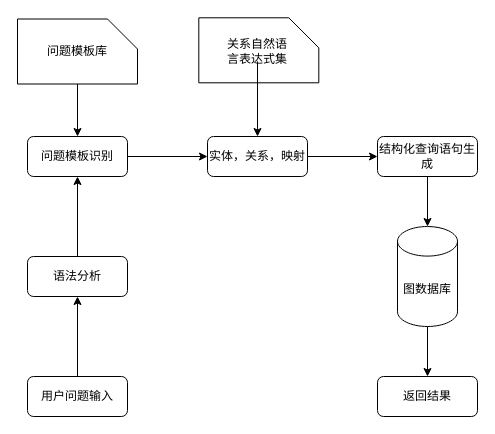
Above: page "Page-3" (3 of 4) of 毕设.drawio in xiqisz/KGQA_HLM (draw.io), before the change. Source tidied: cells renumbered, new cells numbered last; positions are measured from the earlier drawing's top-left corner, leaving out a move shared by most shapes. Both pictures are drawn from the tidied source at 100%, with x=0, y=0 at pixel (27, -10).
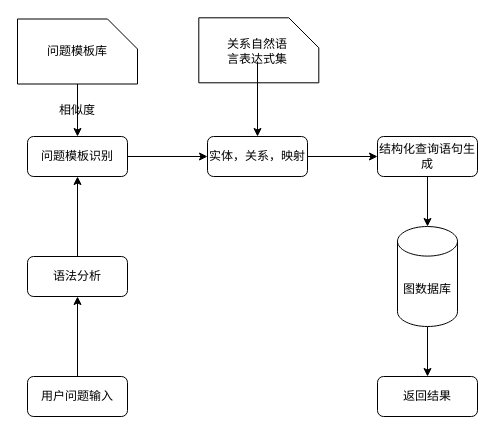
After the change.

The edit, as a diff of the source:
```diff
@@
+    <mxCell id="21" value="相似度" style="text;html=1;strokeColor=none;fillColor=none;align=center;verticalAlign=middle;whiteSpace=wrap;rounded=0;sketch=0;" parent="1" vertex="1">
+      <mxGeometry x="30" y="110" width="40" height="20" as="geometry" />
+    </mxCell>
```
